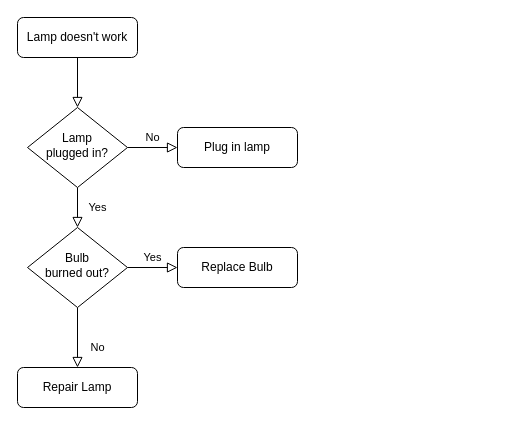
ITzhangqiang/test_Elasticsearch7.4 keeps this draw.io diagram as Untitled Diagram.drawio. Above is the earlier version. Source tidied: cells renumbered, new cells numbered last; positions are measured from the earlier drawing's top-left corner, leaving out a move shared by most shapes. Both pictures are drawn from the tidied source at 100%, with x=0, y=0 at pixel (17, 17).
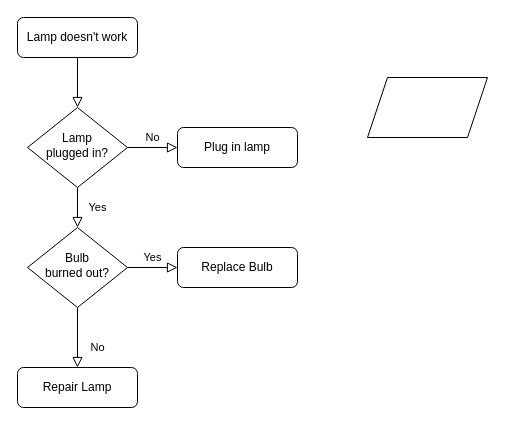
The same page after the edit.

Change to the diagram source:
```diff
@@
 <mxGraphModel>
   <root>
     <mxCell id="0" />
     <mxCell id="1" parent="0" />
     <mxCell id="2" style="rounded=0;html=1;jettySize=auto;fontSize=11;endArrow=block;endFill=0;endSize=8;strokeWidth=1;shadow=0;labelBackgroundColor=none;edgeStyle=orthogonalEdgeStyle;" parent="1" edge="1" source="3" target="6">
       <mxGeometry relative="1" as="geometry" />
     </mxCell>
     <mxCell id="3" value="Lamp doesn't work" style="rounded=1;whiteSpace=wrap;html=1;fontSize=12;glass=0;strokeWidth=1;shadow=0;" parent="1" vertex="1">
       <mxGeometry width="120" height="40" as="geometry" />
     </mxCell>
     <mxCell id="4" value="Yes" style="rounded=0;html=1;jettySize=auto;fontSize=11;endArrow=block;endFill=0;endSize=8;strokeWidth=1;shadow=0;labelBackgroundColor=none;edgeStyle=orthogonalEdgeStyle;" parent="1" edge="1" source="6" target="10">
       <mxGeometry y="20" relative="1" as="geometry" />
     </mxCell>
     <mxCell id="5" value="No" style="edgeStyle=orthogonalEdgeStyle;rounded=0;html=1;jettySize=auto;fontSize=11;endArrow=block;endFill=0;endSize=8;strokeWidth=1;shadow=0;labelBackgroundColor=none;" parent="1" edge="1" source="6" target="7">
       <mxGeometry y="10" relative="1" as="geometry" />
     </mxCell>
     <mxCell id="6" value="Lamp&lt;br&gt;plugged in?" style="rhombus;whiteSpace=wrap;html=1;shadow=0;fontFamily=Helvetica;fontSize=12;align=center;strokeWidth=1;spacing=6;spacingTop=-4;" parent="1" vertex="1">
       <mxGeometry x="10" y="90" width="100" height="80" as="geometry" />
     </mxCell>
     <mxCell id="7" value="Plug in lamp" style="rounded=1;whiteSpace=wrap;html=1;fontSize=12;glass=0;strokeWidth=1;shadow=0;" parent="1" vertex="1">
       <mxGeometry x="160" y="110" width="120" height="40" as="geometry" />
     </mxCell>
     <mxCell id="8" value="No" style="rounded=0;html=1;jettySize=auto;fontSize=11;endArrow=block;endFill=0;endSize=8;strokeWidth=1;shadow=0;labelBackgroundColor=none;edgeStyle=orthogonalEdgeStyle;" parent="1" edge="1" source="10" target="11">
       <mxGeometry x="0.33" y="20" relative="1" as="geometry" />
     </mxCell>
     <mxCell id="9" value="Yes" style="edgeStyle=orthogonalEdgeStyle;rounded=0;html=1;jettySize=auto;fontSize=11;endArrow=block;endFill=0;endSize=8;strokeWidth=1;shadow=0;labelBackgroundColor=none;" parent="1" edge="1" source="10" target="12">
       <mxGeometry y="10" relative="1" as="geometry" />
     </mxCell>
     <mxCell id="10" value="Bulb&lt;br&gt;burned out?" style="rhombus;whiteSpace=wrap;html=1;shadow=0;fontFamily=Helvetica;fontSize=12;align=center;strokeWidth=1;spacing=6;spacingTop=-4;" parent="1" vertex="1">
       <mxGeometry x="10" y="210" width="100" height="80" as="geometry" />
     </mxCell>
     <mxCell id="11" value="Repair Lamp" style="rounded=1;whiteSpace=wrap;html=1;fontSize=12;glass=0;strokeWidth=1;shadow=0;" parent="1" vertex="1">
       <mxGeometry y="350" width="120" height="40" as="geometry" />
     </mxCell>
     <mxCell id="12" value="Replace Bulb" style="rounded=1;whiteSpace=wrap;html=1;fontSize=12;glass=0;strokeWidth=1;shadow=0;" parent="1" vertex="1">
       <mxGeometry x="160" y="230" width="120" height="40" as="geometry" />
     </mxCell>
+    <mxCell id="13" style="shape=parallelogram;perimeter=parallelogramPerimeter;whiteSpace=wrap;html=1;fixedSize=1;" parent="1" vertex="1">
+      <mxGeometry x="350" y="60" width="120" height="60" as="geometry" />
+    </mxCell>
   </root>
 </mxGraphModel>
```
